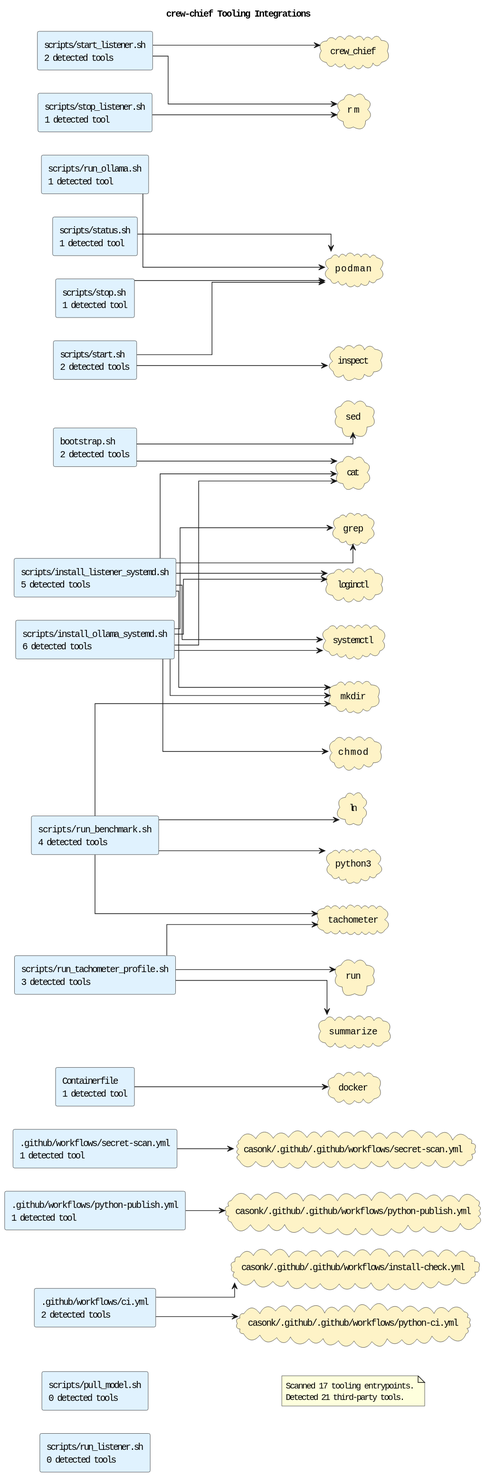
casonk/crew-chief keeps this PlantUML diagram as docs/diagrams/tooling-integrations.puml.svg. Above is the earlier version. Source of this version:
```plantuml
@startuml
title crew-chief Tooling Integrations
left to right direction
skinparam shadowing false
skinparam defaultFontName Monospace
skinparam componentStyle rectangle
skinparam linetype ortho
rectangle ".github/workflows/ci.yml\n2 detected tools" as source_github_workflows_ci_yml #E0F2FE
rectangle ".github/workflows/python-publish.yml\n1 detected tool" as source_github_workflows_python_publish_yml #E0F2FE
rectangle ".github/workflows/secret-scan.yml\n1 detected tool" as source_github_workflows_secret_scan_yml #E0F2FE
rectangle "Containerfile\n1 detected tool" as source_containerfile #E0F2FE
rectangle "bootstrap.sh\n2 detected tools" as source_bootstrap_sh #E0F2FE
rectangle "scripts/install_listener_systemd.sh\n5 detected tools" as source_scripts_install_listener_systemd_sh #E0F2FE
rectangle "scripts/install_ollama_systemd.sh\n6 detected tools" as source_scripts_install_ollama_systemd_sh #E0F2FE
rectangle "scripts/pull_model.sh\n0 detected tools" as source_scripts_pull_model_sh #E0F2FE
rectangle "scripts/run_benchmark.sh\n4 detected tools" as source_scripts_run_benchmark_sh #E0F2FE
rectangle "scripts/run_listener.sh\n0 detected tools" as source_scripts_run_listener_sh #E0F2FE
rectangle "scripts/run_ollama.sh\n1 detected tool" as source_scripts_run_ollama_sh #E0F2FE
rectangle "scripts/run_tachometer_profile.sh\n3 detected tools" as source_scripts_run_tachometer_profile_sh #E0F2FE
rectangle "scripts/start.sh\n2 detected tools" as source_scripts_start_sh #E0F2FE
rectangle "scripts/start_listener.sh\n2 detected tools" as source_scripts_start_listener_sh #E0F2FE
rectangle "scripts/status.sh\n1 detected tool" as source_scripts_status_sh #E0F2FE
rectangle "scripts/stop.sh\n1 detected tool" as source_scripts_stop_sh #E0F2FE
rectangle "scripts/stop_listener.sh\n1 detected tool" as source_scripts_stop_listener_sh #E0F2FE
cloud "casonk/.github/.github/workflows/install-check.yml" as tool_casonk_github_github_workflows_install_check_yml #FEF3C7
cloud "casonk/.github/.github/workflows/python-ci.yml" as tool_casonk_github_github_workflows_python_ci_yml #FEF3C7
cloud "casonk/.github/.github/workflows/python-publish.yml" as tool_casonk_github_github_workflows_python_publish_yml #FEF3C7
cloud "casonk/.github/.github/workflows/secret-scan.yml" as tool_casonk_github_github_workflows_secret_scan_yml #FEF3C7
cloud "cat" as tool_cat #FEF3C7
cloud "chmod" as tool_chmod #FEF3C7
cloud "crew_chief" as tool_crew_chief #FEF3C7
cloud "docker" as tool_docker #FEF3C7
cloud "grep" as tool_grep #FEF3C7
cloud "inspect" as tool_inspect #FEF3C7
cloud "ln" as tool_ln #FEF3C7
cloud "loginctl" as tool_loginctl #FEF3C7
cloud "mkdir" as tool_mkdir #FEF3C7
cloud "podman" as tool_podman #FEF3C7
cloud "python3" as tool_python3 #FEF3C7
cloud "rm" as tool_rm #FEF3C7
cloud "run" as tool_run #FEF3C7
cloud "sed" as tool_sed #FEF3C7
cloud "summarize" as tool_summarize #FEF3C7
cloud "systemctl" as tool_systemctl #FEF3C7
cloud "tachometer" as tool_tachometer #FEF3C7
source_github_workflows_ci_yml --> tool_casonk_github_github_workflows_install_check_yml
source_github_workflows_ci_yml --> tool_casonk_github_github_workflows_python_ci_yml
source_github_workflows_python_publish_yml --> tool_casonk_github_github_workflows_python_publish_yml
source_github_workflows_secret_scan_yml --> tool_casonk_github_github_workflows_secret_scan_yml
source_containerfile --> tool_docker
source_bootstrap_sh --> tool_cat
source_bootstrap_sh --> tool_sed
source_scripts_install_listener_systemd_sh --> tool_cat
source_scripts_install_listener_systemd_sh --> tool_grep
source_scripts_install_listener_systemd_sh --> tool_loginctl
source_scripts_install_listener_systemd_sh --> tool_mkdir
source_scripts_install_listener_systemd_sh --> tool_systemctl
source_scripts_install_ollama_systemd_sh --> tool_cat
source_scripts_install_ollama_systemd_sh --> tool_chmod
source_scripts_install_ollama_systemd_sh --> tool_grep
source_scripts_install_ollama_systemd_sh --> tool_loginctl
source_scripts_install_ollama_systemd_sh --> tool_mkdir
source_scripts_install_ollama_systemd_sh --> tool_systemctl
source_scripts_run_benchmark_sh --> tool_ln
source_scripts_run_benchmark_sh --> tool_mkdir
source_scripts_run_benchmark_sh --> tool_python3
source_scripts_run_benchmark_sh --> tool_tachometer
source_scripts_run_ollama_sh --> tool_podman
source_scripts_run_tachometer_profile_sh --> tool_run
source_scripts_run_tachometer_profile_sh --> tool_summarize
source_scripts_run_tachometer_profile_sh --> tool_tachometer
source_scripts_start_sh --> tool_inspect
source_scripts_start_sh --> tool_podman
source_scripts_start_listener_sh --> tool_crew_chief
source_scripts_start_listener_sh --> tool_rm
source_scripts_status_sh --> tool_podman
source_scripts_stop_sh --> tool_podman
source_scripts_stop_listener_sh --> tool_rm
note as toolingGraphSummary
Scanned 17 tooling entrypoints.
Detected 21 third-party tools.
end note
@enduml
```
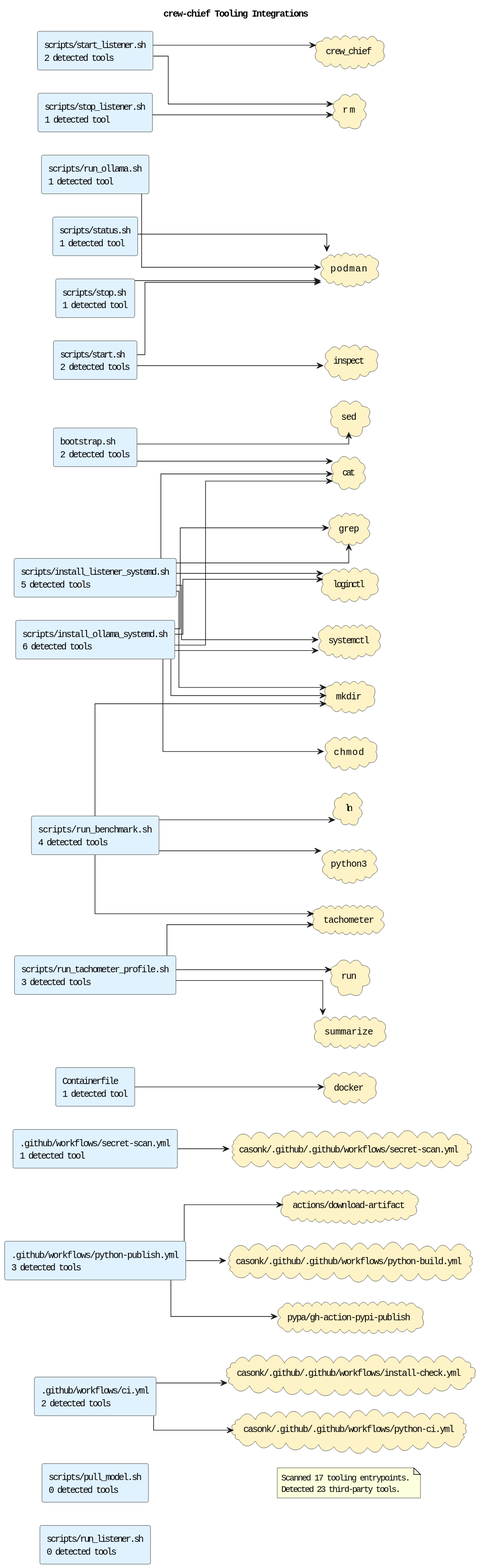
Above is the later version.

Diff of the diagram source:
```diff
@@ -6,7 +6,7 @@
 skinparam componentStyle rectangle
 skinparam linetype ortho
 rectangle ".github/workflows/ci.yml\n2 detected tools" as source_github_workflows_ci_yml #E0F2FE
-rectangle ".github/workflows/python-publish.yml\n1 detected tool" as source_github_workflows_python_publish_yml #E0F2FE
+rectangle ".github/workflows/python-publish.yml\n3 detected tools" as source_github_workflows_python_publish_yml #E0F2FE
 rectangle ".github/workflows/secret-scan.yml\n1 detected tool" as source_github_workflows_secret_scan_yml #E0F2FE
 rectangle "Containerfile\n1 detected tool" as source_containerfile #E0F2FE
 rectangle "bootstrap.sh\n2 detected tools" as source_bootstrap_sh #E0F2FE
@@ -22,9 +22,10 @@
 rectangle "scripts/status.sh\n1 detected tool" as source_scripts_status_sh #E0F2FE
 rectangle "scripts/stop.sh\n1 detected tool" as source_scripts_stop_sh #E0F2FE
 rectangle "scripts/stop_listener.sh\n1 detected tool" as source_scripts_stop_listener_sh #E0F2FE
+cloud "actions/download-artifact" as tool_actions_download_artifact #FEF3C7
 cloud "casonk/.github/.github/workflows/install-check.yml" as tool_casonk_github_github_workflows_install_check_yml #FEF3C7
+cloud "casonk/.github/.github/workflows/python-build.yml" as tool_casonk_github_github_workflows_python_build_yml #FEF3C7
 cloud "casonk/.github/.github/workflows/python-ci.yml" as tool_casonk_github_github_workflows_python_ci_yml #FEF3C7
-cloud "casonk/.github/.github/workflows/python-publish.yml" as tool_casonk_github_github_workflows_python_publish_yml #FEF3C7
 cloud "casonk/.github/.github/workflows/secret-scan.yml" as tool_casonk_github_github_workflows_secret_scan_yml #FEF3C7
 cloud "cat" as tool_cat #FEF3C7
 cloud "chmod" as tool_chmod #FEF3C7
@@ -36,6 +37,7 @@
 cloud "loginctl" as tool_loginctl #FEF3C7
 cloud "mkdir" as tool_mkdir #FEF3C7
 cloud "podman" as tool_podman #FEF3C7
+cloud "pypa/gh-action-pypi-publish" as tool_pypa_gh_action_pypi_publish #FEF3C7
 cloud "python3" as tool_python3 #FEF3C7
 cloud "rm" as tool_rm #FEF3C7
 cloud "run" as tool_run #FEF3C7
@@ -45,7 +47,9 @@
 cloud "tachometer" as tool_tachometer #FEF3C7
 source_github_workflows_ci_yml --> tool_casonk_github_github_workflows_install_check_yml
 source_github_workflows_ci_yml --> tool_casonk_github_github_workflows_python_ci_yml
-source_github_workflows_python_publish_yml --> tool_casonk_github_github_workflows_python_publish_yml
+source_github_workflows_python_publish_yml --> tool_actions_download_artifact
+source_github_workflows_python_publish_yml --> tool_casonk_github_github_workflows_python_build_yml
+source_github_workflows_python_publish_yml --> tool_pypa_gh_action_pypi_publish
 source_github_workflows_secret_scan_yml --> tool_casonk_github_github_workflows_secret_scan_yml
 source_containerfile --> tool_docker
 source_bootstrap_sh --> tool_cat
@@ -78,6 +82,6 @@
 source_scripts_stop_listener_sh --> tool_rm
 note as toolingGraphSummary
 Scanned 17 tooling entrypoints.
-Detected 21 third-party tools.
+Detected 23 third-party tools.
 end note
 @enduml
```
